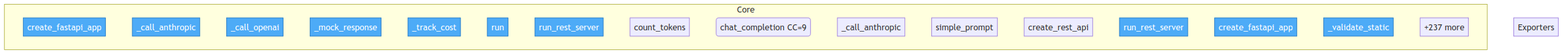
semcod/algitex keeps this Mermaid diagram as project/flow.png. Above is the earlier version. Its source is kept beside it as project/flow.mmd.
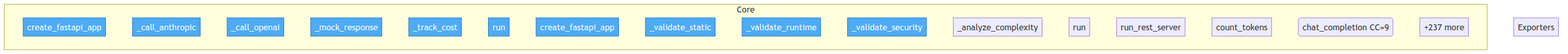
The same file after the commit.

What changed in the source:
```diff
@@ -9,19 +9,19 @@
         docker__proxym__proxym_server__ProxymServer___mock_response["_mock_response"]
         docker__proxym__proxym_server__ProxymServer___track_cost["_track_cost"]
         docker__proxym__proxym_server__ProxymServer__run["run"]
+        docker__vallm__vallm_server__VallmServer__create_fastapi_app["create_fastapi_app"]
+        docker__vallm__vallm_server__VallmServer___validate_static["_validate_static"]
+        docker__vallm__vallm_server__VallmServer___validate_runtime["_validate_runtime"]
+        docker__vallm__vallm_server__VallmServer___validate_security["_validate_security"]
+        docker__vallm__vallm_server__VallmServer___analyze_complexity["_analyze_complexity"]
+        docker__vallm__vallm_server__VallmServer__run["run"]
         docker__vallm__vallm_mcp_server__run_rest_server["run_rest_server"]
         docker__proxym__proxym_mcp_server__count_tokens["count_tokens"]
         docker__proxym__proxym_mcp_server__chat_completion("chat_completion CC=9")
-        docker__proxym__proxym_mcp_server___call_anthropic["_call_anthropic"]
-        docker__proxym__proxym_mcp_server__simple_prompt["simple_prompt"]
-        docker__proxym__proxym_mcp_server__create_rest_api["create_rest_api"]
-        docker__proxym__proxym_mcp_server__run_rest_server["run_rest_server"]
-        docker__vallm__vallm_server__VallmServer__create_fastapi_app["create_fastapi_app"]
-        docker__vallm__vallm_server__VallmServer___validate_static["_validate_static"]
         ...["+237 more"]
     end
 
     subgraph Exporters
     end
 
-    class docker__proxym__proxym_server__ProxymServer__create_fastapi_app,docker__proxym__proxym_server__ProxymServer___call_anthropic,docker__proxym__proxym_server__ProxymServer___call_openai,docker__proxym__proxym_server__ProxymServer___mock_response,docker__proxym__proxym_server__ProxymServer___track_cost,docker__proxym__proxym_server__ProxymServer__run,docker__vallm__vallm_mcp_server__run_rest_server,docker__proxym__proxym_mcp_server__run_rest_server,docker__vallm__vallm_server__VallmServer__create_fastapi_app,docker__vallm__vallm_server__VallmServer___validate_static entry
+    class docker__proxym__proxym_server__ProxymServer__create_fastapi_app,docker__proxym__proxym_server__ProxymServer___call_anthropic,docker__proxym__proxym_server__ProxymServer___call_openai,docker__proxym__proxym_server__ProxymServer___mock_response,docker__proxym__proxym_server__ProxymServer___track_cost,docker__proxym__proxym_server__ProxymServer__run,docker__vallm__vallm_server__VallmServer__create_fastapi_app,docker__vallm__vallm_server__VallmServer___validate_static,docker__vallm__vallm_server__VallmServer___validate_runtime,docker__vallm__vallm_server__VallmServer___validate_security entry
```
